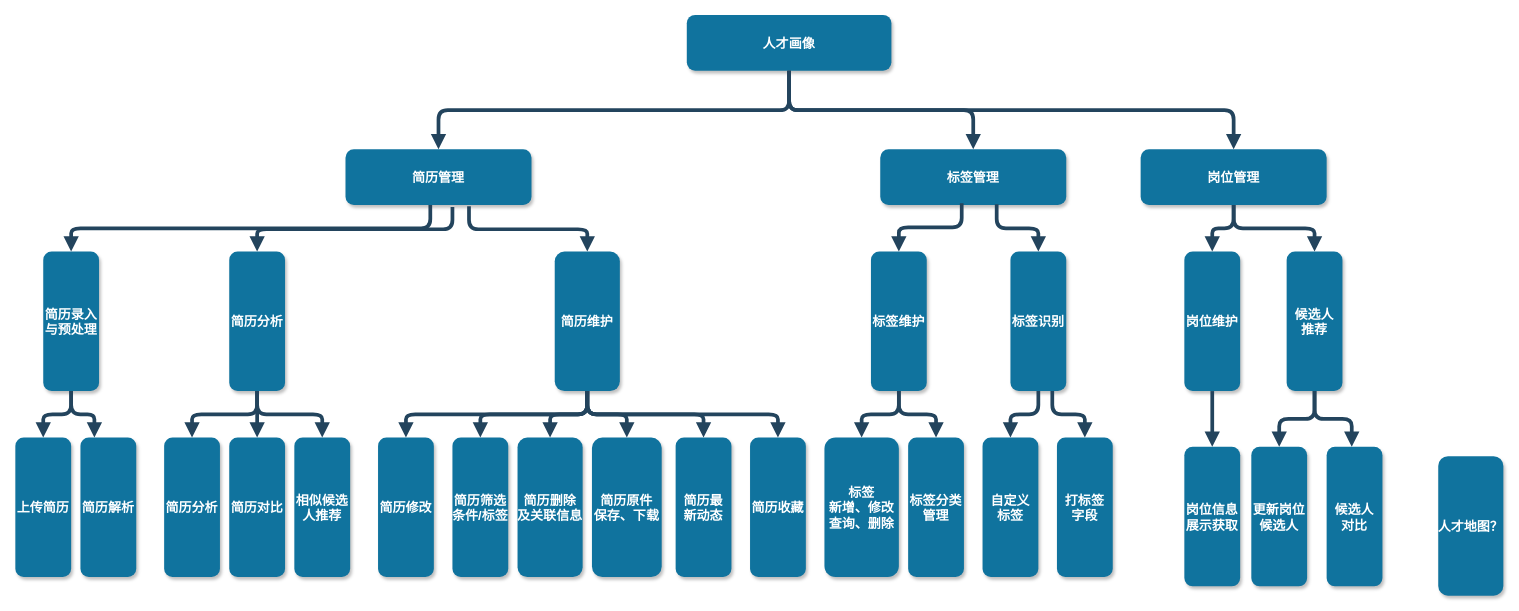
Before: 未命名绘图.drawio in beyondgogogo/Graph, a draw.io diagram. Source tidied: cells renumbered, new cells numbered last; positions are measured from the earlier drawing's top-left corner, leaving out a move shared by most shapes. Both pictures are drawn from the tidied source at 93%, with x=0, y=0 at pixel (15, 15).
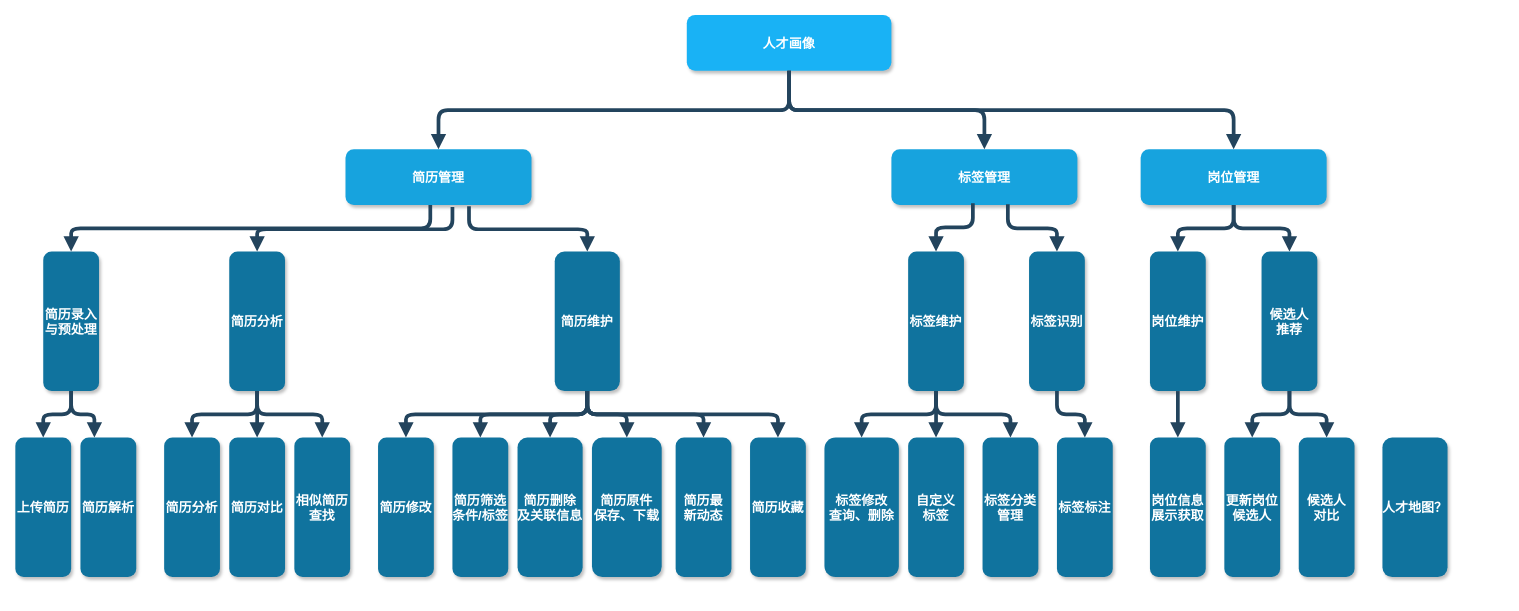
Above is the later version.

Commit message:
更新未命名绘图.drawio

Diff of the diagram source:
```diff
@@
-    <mxCell id="2" value="人才画像" style="rounded=1;fillColor=#10739E;strokeColor=none;shadow=1;gradientColor=none;fontStyle=1;fontColor=#FFFFFF;fontSize=14;" parent="1" vertex="1">
+    <mxCell id="2" value="人才画像" style="rounded=1;fillColor=#19B2F5;strokeColor=none;shadow=1;gradientColor=none;fontStyle=1;fontColor=#FFFFFF;fontSize=14;" parent="1" vertex="1">
       <mxGeometry x="722" y="-0.5" width="220" height="60" as="geometry" />
     </mxCell>
-    <mxCell id="3" value="简历管理" style="rounded=1;fillColor=#10739E;strokeColor=none;shadow=1;gradientColor=none;fontStyle=1;fontColor=#FFFFFF;fontSize=14;" parent="1" vertex="1">
+    <mxCell id="3" value="简历管理" style="rounded=1;fillColor=#17A3DE;strokeColor=none;shadow=1;gradientColor=none;fontStyle=1;fontColor=#FFFFFF;fontSize=14;" parent="1" vertex="1">
       <mxGeometry x="355" y="144" width="200" height="60" as="geometry" />
     </mxCell>
-    <mxCell id="4" value="标签管理" style="rounded=1;fillColor=#10739E;strokeColor=none;shadow=1;gradientColor=none;fontStyle=1;fontColor=#FFFFFF;fontSize=14;" parent="1" vertex="1">
-      <mxGeometry x="930" y="144" width="200" height="60" as="geometry" />
+    <mxCell id="4" value="标签管理" style="rounded=1;fillColor=#17A3DE;strokeColor=none;shadow=1;gradientColor=none;fontStyle=1;fontColor=#FFFFFF;fontSize=14;" parent="1" vertex="1">
+      <mxGeometry x="942" y="144" width="200" height="60" as="geometry" />
     </mxCell>
-    <mxCell id="5" value="岗位管理" style="rounded=1;fillColor=#10739E;strokeColor=none;shadow=1;gradientColor=none;fontStyle=1;fontColor=#FFFFFF;fontSize=14;" parent="1" vertex="1">
+    <mxCell id="5" value="岗位管理" style="rounded=1;fillColor=#17A3DE;strokeColor=none;shadow=1;gradientColor=none;fontStyle=1;fontColor=#FFFFFF;fontSize=14;" parent="1" vertex="1">
       <mxGeometry x="1210" y="144" width="200" height="60" as="geometry" />
     </mxCell>
@@
-    <mxCell id="21" value="相似候选&#10;人推荐" style="rounded=1;fillColor=#10739E;strokeColor=none;shadow=1;gradientColor=none;fontStyle=1;fontColor=#FFFFFF;fontSize=14;" parent="1" vertex="1">
+    <mxCell id="21" value="相似简历&#10;查找" style="rounded=1;fillColor=#10739E;strokeColor=none;shadow=1;gradientColor=none;fontStyle=1;fontColor=#FFFFFF;fontSize=14;" parent="1" vertex="1">
       <mxGeometry x="300" y="454" width="60" height="150" as="geometry" />
     </mxCell>
@@
     <mxCell id="23" value="标签维护" style="rounded=1;fillColor=#10739E;strokeColor=none;shadow=1;gradientColor=none;fontStyle=1;fontColor=#FFFFFF;fontSize=14;" parent="1" vertex="1">
-      <mxGeometry x="920" y="254" width="60" height="150" as="geometry" />
+      <mxGeometry x="960" y="254" width="60" height="150" as="geometry" />
     </mxCell>
     <mxCell id="24" value="标签识别" style="rounded=1;fillColor=#10739E;strokeColor=none;shadow=1;gradientColor=none;fontStyle=1;fontColor=#FFFFFF;fontSize=14;" parent="1" vertex="1">
-      <mxGeometry x="1070" y="254" width="60" height="150" as="geometry" />
+      <mxGeometry x="1090" y="254" width="60" height="150" as="geometry" />
     </mxCell>
-    <mxCell id="25" value="标签&#10;新增、修改&#10;查询、删除" style="rounded=1;fillColor=#10739E;strokeColor=none;shadow=1;gradientColor=none;fontStyle=1;fontColor=#FFFFFF;fontSize=14;" parent="1" vertex="1">
+    <mxCell id="25" value="标签修改&#10;查询、删除" style="rounded=1;fillColor=#10739E;strokeColor=none;shadow=1;gradientColor=none;fontStyle=1;fontColor=#FFFFFF;fontSize=14;" parent="1" vertex="1">
       <mxGeometry x="870" y="454" width="80" height="150" as="geometry" />
     </mxCell>
     <mxCell id="26" value="标签分类&#10;管理" style="rounded=1;fillColor=#10739E;strokeColor=none;shadow=1;gradientColor=none;fontStyle=1;fontColor=#FFFFFF;fontSize=14;" parent="1" vertex="1">
-      <mxGeometry x="960" y="454" width="60" height="150" as="geometry" />
+      <mxGeometry x="1040" y="454" width="60" height="150" as="geometry" />
     </mxCell>
     <mxCell id="27" value="自定义&#10;标签" style="rounded=1;fillColor=#10739E;strokeColor=none;shadow=1;gradientColor=none;fontStyle=1;fontColor=#FFFFFF;fontSize=14;" parent="1" vertex="1">
-      <mxGeometry x="1040" y="454" width="60" height="150" as="geometry" />
+      <mxGeometry x="960" y="454" width="60" height="150" as="geometry" />
     </mxCell>
-    <mxCell id="28" value="打标签&#10;字段" style="rounded=1;fillColor=#10739E;strokeColor=none;shadow=1;gradientColor=none;fontStyle=1;fontColor=#FFFFFF;fontSize=14;" parent="1" vertex="1">
+    <mxCell id="28" value="标签标注" style="rounded=1;fillColor=#10739E;strokeColor=none;shadow=1;gradientColor=none;fontStyle=1;fontColor=#FFFFFF;fontSize=14;" parent="1" vertex="1">
       <mxGeometry x="1120" y="454" width="60" height="150" as="geometry" />
     </mxCell>
     <mxCell id="29" value="岗位维护" style="rounded=1;fillColor=#10739E;strokeColor=none;shadow=1;gradientColor=none;fontStyle=1;fontColor=#FFFFFF;fontSize=14;" parent="1" vertex="1">
-      <mxGeometry x="1257" y="254" width="60" height="150" as="geometry" />
+      <mxGeometry x="1220" y="254" width="60" height="150" as="geometry" />
     </mxCell>
     <mxCell id="30" value="候选人&#10;推荐" style="rounded=1;fillColor=#10739E;strokeColor=none;shadow=1;gradientColor=none;fontStyle=1;fontColor=#FFFFFF;fontSize=14;" parent="1" vertex="1">
-      <mxGeometry x="1367" y="254" width="60" height="150" as="geometry" />
+      <mxGeometry x="1340" y="254" width="60" height="150" as="geometry" />
     </mxCell>
     <mxCell id="31" value="岗位信息&#10;展示获取" style="rounded=1;fillColor=#10739E;strokeColor=none;shadow=1;gradientColor=none;fontStyle=1;fontColor=#FFFFFF;fontSize=14;" parent="1" vertex="1">
-      <mxGeometry x="1257" y="464" width="60" height="150" as="geometry" />
+      <mxGeometry x="1220" y="454" width="60" height="150" as="geometry" />
     </mxCell>
     <mxCell id="32" value="更新岗位&#10;候选人" style="rounded=1;fillColor=#10739E;strokeColor=none;shadow=1;gradientColor=none;fontStyle=1;fontColor=#FFFFFF;fontSize=14;" parent="1" vertex="1">
-      <mxGeometry x="1329" y="464" width="60" height="150" as="geometry" />
+      <mxGeometry x="1300" y="454" width="60" height="150" as="geometry" />
     </mxCell>
@@
-    <mxCell id="46" style="edgeStyle=elbowEdgeStyle;elbow=vertical;strokeWidth=4;endArrow=block;endFill=1;fontStyle=1;strokeColor=#23445D;entryX=0.5;entryY=0;entryDx=0;entryDy=0;exitX=0.5;exitY=1;exitDx=0;exitDy=0;" parent="1" edge="1" source="24" target="27">
+    <mxCell id="46" style="edgeStyle=elbowEdgeStyle;elbow=vertical;strokeWidth=4;endArrow=block;endFill=1;fontStyle=1;strokeColor=#23445D;entryX=0.5;entryY=0;entryDx=0;entryDy=0;exitX=0.5;exitY=1;exitDx=0;exitDy=0;" parent="1" edge="1" source="23" target="27">
       <mxGeometry x="62" y="195.5" as="geometry" />
     </mxCell>
-    <mxCell id="47" style="edgeStyle=elbowEdgeStyle;elbow=vertical;strokeWidth=4;endArrow=block;endFill=1;fontStyle=1;strokeColor=#23445D;exitX=0.75;exitY=1;exitDx=0;exitDy=0;" parent="1" edge="1" source="24" target="28">
+    <mxCell id="47" style="edgeStyle=elbowEdgeStyle;elbow=vertical;strokeWidth=4;endArrow=block;endFill=1;fontStyle=1;strokeColor=#23445D;exitX=0.5;exitY=1;exitDx=0;exitDy=0;" parent="1" edge="1" source="24" target="28">
       <mxGeometry x="62" y="195.5" as="geometry" />
     </mxCell>
@@
-    <mxCell id="50" style="edgeStyle=elbowEdgeStyle;elbow=vertical;strokeWidth=4;endArrow=block;endFill=1;fontStyle=1;strokeColor=#23445D;entryX=0.5;entryY=0;entryDx=0;entryDy=0;exitX=0.5;exitY=1;exitDx=0;exitDy=0;" parent="1" edge="1" source="30">
-      <mxGeometry x="62" y="195.5" as="geometry">
-        <mxPoint x="1437" y="464" as="targetPoint" />
-      </mxGeometry>
+    <mxCell id="50" style="edgeStyle=elbowEdgeStyle;elbow=vertical;strokeWidth=4;endArrow=block;endFill=1;fontStyle=1;strokeColor=#23445D;entryX=0.5;entryY=0;entryDx=0;entryDy=0;exitX=0.5;exitY=1;exitDx=0;exitDy=0;" parent="1" edge="1" source="30" target="58">
+      <mxGeometry x="62" y="195.5" as="geometry" />
     </mxCell>
@@
     <mxCell id="58" value="候选人&#10;对比" style="rounded=1;fillColor=#10739E;strokeColor=none;shadow=1;gradientColor=none;fontStyle=1;fontColor=#FFFFFF;fontSize=14;" parent="1" vertex="1">
-      <mxGeometry x="1410" y="464" width="60" height="150" as="geometry" />
+      <mxGeometry x="1380" y="454" width="60" height="150" as="geometry" />
     </mxCell>
     <mxCell id="59" value="人才地图？" style="rounded=1;fillColor=#10739E;strokeColor=none;shadow=1;gradientColor=none;fontStyle=1;fontColor=#FFFFFF;fontSize=14;" parent="1" vertex="1">
-      <mxGeometry x="1530" y="474" width="70" height="150" as="geometry" />
+      <mxGeometry x="1470" y="454" width="70" height="150" as="geometry" />
     </mxCell>
```
